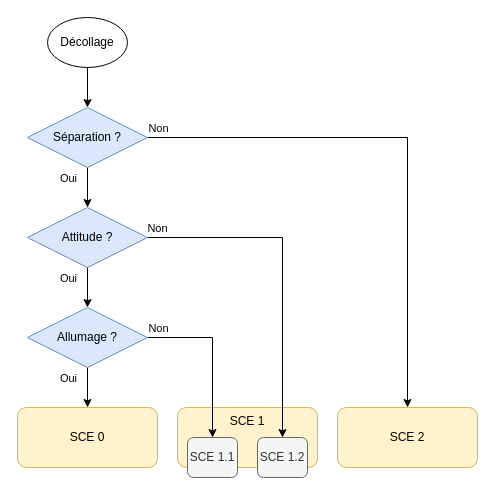
The draw.io diagram ARCHI/SCE.drawio in povdoigt/SP-02, before the edit. Source tidied: cells renumbered, new cells numbered last; positions are measured from the earlier drawing's top-left corner, leaving out a move shared by most shapes. Both pictures are drawn from the tidied source at 100%, with x=0, y=0 at pixel (17, 17).
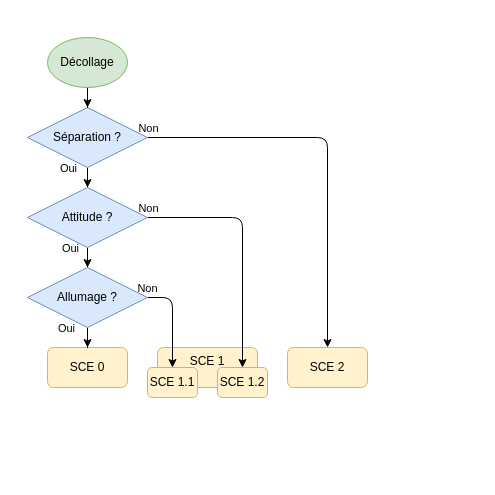
Above is the later version.

The change refers to these unchanged cells:
```xml
<mxCell id="3" style="edgeStyle=orthogonalEdgeStyle;rounded=0;jettySize=auto;html=1;entryX=0.5;entryY=0;entryDx=0;entryDy=0;" parent="1" edge="1" source="7" target="14">
  <mxGeometry relative="1" as="geometry" />
</mxCell>
<mxCell id="7" value="Séparation ?" style="rhombus;whiteSpace=wrap;html=1;fillColor=#dae8fc;strokeColor=#6c8ebf;" parent="1" vertex="1">
  <mxGeometry x="10" y="90" width="120" height="60" as="geometry" />
</mxCell>
<mxCell id="10" style="edgeStyle=orthogonalEdgeStyle;rounded=0;jettySize=auto;html=1;entryX=0.5;entryY=0;entryDx=0;entryDy=0;" parent="1" edge="1" source="14" target="19">
  <mxGeometry relative="1" as="geometry" />
</mxCell>
<mxCell id="15" style="edgeStyle=orthogonalEdgeStyle;rounded=0;jettySize=auto;html=1;" parent="1" edge="1" source="19" target="9">
  <mxGeometry relative="1" as="geometry" />
</mxCell>
```

Diff of the diagram source:
```diff
@@
     <mxCell id="2" value="SCE 2" style="rounded=1;whiteSpace=wrap;html=1;fillColor=#fff2cc;strokeColor=#d6b656;" parent="1" vertex="1">
-      <mxGeometry x="320" y="390" width="140" height="60" as="geometry" />
+      <mxGeometry x="270" y="330" width="80" height="40" as="geometry" />
     </mxCell>
@@
     <mxCell id="4" value="Oui" style="edgeLabel;html=1;align=center;verticalAlign=middle;" parent="3" vertex="1">
       <mxGeometry x="-0.41" y="-1" relative="1" as="geometry">
-        <mxPoint x="-19" y="-2" as="offset" />
+        <mxPoint x="-19" y="-18" as="offset" />
       </mxGeometry>
     </mxCell>
-    <mxCell id="5" style="edgeStyle=orthogonalEdgeStyle;rounded=0;jettySize=auto;html=1;" parent="1" edge="1" source="7" target="2">
+    <mxCell id="5" style="edgeStyle=orthogonalEdgeStyle;rounded=1;jettySize=auto;html=1;curved=0;" parent="1" edge="1" source="7" target="2">
       <mxGeometry relative="1" as="geometry" />
     </mxCell>
@@
     <mxCell id="8" value="SCE 1" style="rounded=1;whiteSpace=wrap;html=1;verticalAlign=top;fillColor=#fff2cc;strokeColor=#d6b656;" parent="1" vertex="1">
-      <mxGeometry x="160" y="390" width="140" height="60" as="geometry" />
+      <mxGeometry x="140" y="330" width="100" height="40" as="geometry" />
     </mxCell>
     <mxCell id="9" value="SCE 0" style="rounded=1;whiteSpace=wrap;html=1;fillColor=#fff2cc;strokeColor=#d6b656;" parent="1" vertex="1">
-      <mxGeometry y="390" width="140" height="60" as="geometry" />
+      <mxGeometry x="30" y="330" width="80" height="40" as="geometry" />
     </mxCell>
@@
     <mxCell id="11" value="Oui" style="edgeLabel;html=1;align=center;verticalAlign=middle;" parent="10" vertex="1">
       <mxGeometry x="-0.21" y="-1" relative="1" as="geometry">
-        <mxPoint x="-19" y="-6" as="offset" />
+        <mxPoint x="-19" y="-16" as="offset" />
       </mxGeometry>
     </mxCell>
-    <mxCell id="12" style="edgeStyle=orthogonalEdgeStyle;rounded=0;jettySize=auto;html=1;entryX=0.5;entryY=0;entryDx=0;entryDy=0;" parent="1" edge="1" source="14" target="21">
+    <mxCell id="12" style="edgeStyle=orthogonalEdgeStyle;rounded=1;jettySize=auto;html=1;entryX=0.5;entryY=0;entryDx=0;entryDy=0;curved=0;" parent="1" edge="1" source="14" target="21">
       <mxGeometry relative="1" as="geometry" />
     </mxCell>
@@
     <mxCell id="14" value="Attitude ?" style="rhombus;whiteSpace=wrap;html=1;fillColor=#dae8fc;strokeColor=#6c8ebf;" parent="1" vertex="1">
-      <mxGeometry x="10" y="190" width="120" height="60" as="geometry" />
+      <mxGeometry x="10" y="170" width="120" height="60" as="geometry" />
     </mxCell>
@@
     <mxCell id="16" value="Oui" style="edgeLabel;html=1;align=center;verticalAlign=middle;" parent="15" vertex="1">
       <mxGeometry x="-0.22" y="1" relative="1" as="geometry">
-        <mxPoint x="-21" y="-6" as="offset" />
+        <mxPoint x="-21" y="-17" as="offset" />
       </mxGeometry>
     </mxCell>
-    <mxCell id="17" style="edgeStyle=orthogonalEdgeStyle;rounded=0;jettySize=auto;html=1;entryX=0.5;entryY=0;entryDx=0;entryDy=0;" parent="1" edge="1" source="19" target="20">
-      <mxGeometry relative="1" as="geometry" />
+    <mxCell id="17" style="edgeStyle=orthogonalEdgeStyle;rounded=1;jettySize=auto;html=1;entryX=0.5;entryY=0;entryDx=0;entryDy=0;curved=0;" parent="1" edge="1" source="19" target="20">
+      <mxGeometry relative="1" as="geometry">
+        <Array as="points">
+          <mxPoint x="155" y="280" />
+        </Array>
+      </mxGeometry>
     </mxCell>
@@
     <mxCell id="19" value="Allumage ?" style="rhombus;whiteSpace=wrap;html=1;fillColor=#dae8fc;strokeColor=#6c8ebf;" parent="1" vertex="1">
-      <mxGeometry x="10" y="290" width="120" height="60" as="geometry" />
+      <mxGeometry x="10" y="250" width="120" height="60" as="geometry" />
     </mxCell>
-    <mxCell id="20" value="SCE 1.1" style="rounded=1;whiteSpace=wrap;html=1;verticalAlign=middle;fillColor=#f5f5f5;fontColor=#333333;strokeColor=#666666;" parent="1" vertex="1">
-      <mxGeometry x="170" y="420" width="50" height="40" as="geometry" />
+    <mxCell id="20" value="SCE 1.1" style="rounded=1;whiteSpace=wrap;html=1;verticalAlign=middle;fillColor=#fff2cc;strokeColor=#d6b656;" parent="1" vertex="1">
+      <mxGeometry x="130" y="350" width="50" height="30" as="geometry" />
     </mxCell>
-    <mxCell id="21" value="SCE 1.2" style="rounded=1;whiteSpace=wrap;html=1;verticalAlign=middle;fillColor=#f5f5f5;fontColor=#333333;strokeColor=#666666;" parent="1" vertex="1">
-      <mxGeometry x="240" y="420" width="50" height="40" as="geometry" />
+    <mxCell id="21" value="SCE 1.2" style="rounded=1;whiteSpace=wrap;html=1;verticalAlign=middle;fillColor=#fff2cc;strokeColor=#d6b656;" parent="1" vertex="1">
+      <mxGeometry x="200" y="350" width="50" height="30" as="geometry" />
     </mxCell>
@@
-    <mxCell id="23" value="Décollage" style="ellipse;whiteSpace=wrap;html=1;" parent="1" vertex="1">
-      <mxGeometry x="30" width="80" height="50" as="geometry" />
+    <mxCell id="23" value="Décollage" style="ellipse;whiteSpace=wrap;html=1;fillColor=#d5e8d4;strokeColor=#82b366;" parent="1" vertex="1">
+      <mxGeometry x="30" y="20" width="80" height="50" as="geometry" />
     </mxCell>
```
